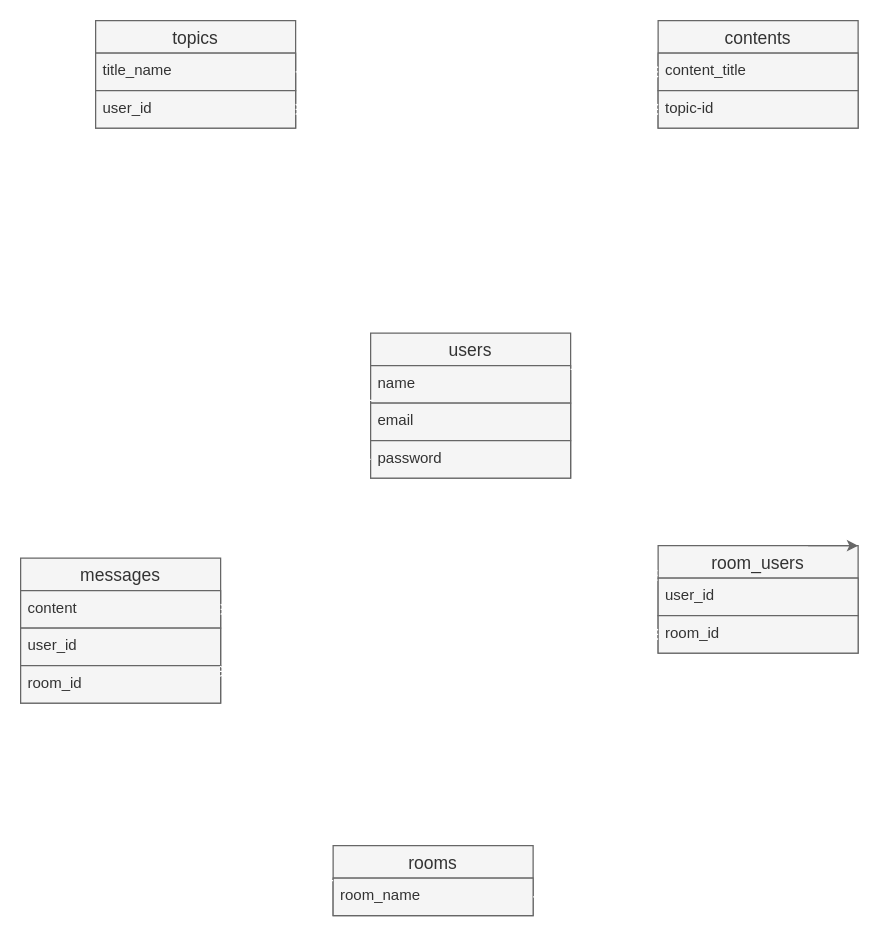
ishsho/contact_n keeps this draw.io diagram as Er.dio. Above is the earlier version. Source tidied: cells renumbered, new cells numbered last; positions are measured from the earlier drawing's top-left corner, leaving out a move shared by most shapes. Both pictures are drawn from the tidied source at 125%, with x=0, y=0 at pixel (20, 20).
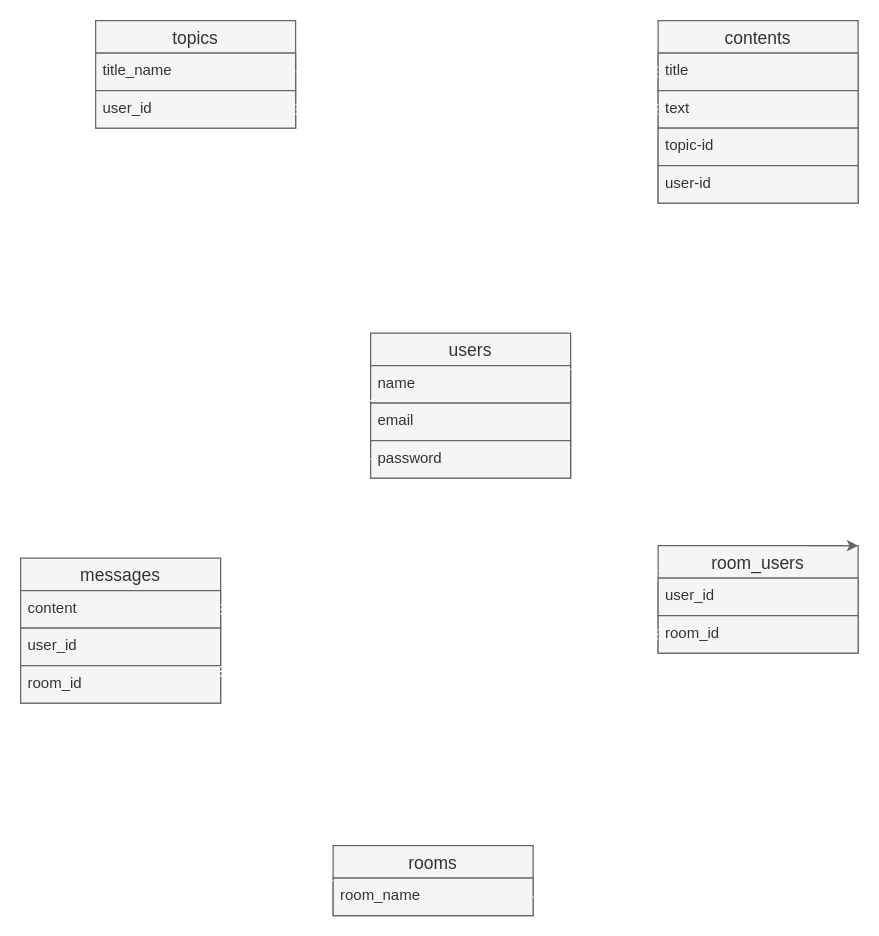
After the change.

Commit message (it also covers changes not shown here):
モデルの作成とUR図の修正

The edit, as a diff of the source:
```diff
@@
     <mxCell id="12" value="contents" style="swimlane;fontStyle=0;horizontal=1;startSize=26;align=center;fontSize=14;fillColor=#f5f5f5;fontColor=#333333;strokeColor=#666666;" parent="1" vertex="1">
-      <mxGeometry x="510" width="160" height="86" as="geometry" />
+      <mxGeometry x="510" width="160" height="146" as="geometry" />
     </mxCell>
-    <mxCell id="13" value="content_title" style="text;strokeColor=#666666;fillColor=#f5f5f5;spacingLeft=4;spacingRight=4;overflow=hidden;points=[[0,0.5],[1,0.5]];portConstraint=eastwest;fontSize=12;fontColor=#333333;" parent="12" vertex="1">
+    <mxCell id="13" value="title" style="text;strokeColor=#666666;fillColor=#f5f5f5;spacingLeft=4;spacingRight=4;overflow=hidden;points=[[0,0.5],[1,0.5]];portConstraint=eastwest;fontSize=12;fontColor=#333333;" parent="12" vertex="1">
       <mxGeometry y="26" width="160" height="30" as="geometry" />
     </mxCell>
-    <mxCell id="14" value="topic-id" style="text;strokeColor=#666666;fillColor=#f5f5f5;spacingLeft=4;spacingRight=4;overflow=hidden;points=[[0,0.5],[1,0.5]];portConstraint=eastwest;fontSize=12;fontColor=#333333;" parent="12" vertex="1">
+    <mxCell id="14" value="text" style="text;strokeColor=#666666;fillColor=#f5f5f5;spacingLeft=4;spacingRight=4;overflow=hidden;points=[[0,0.5],[1,0.5]];portConstraint=eastwest;fontSize=12;fontColor=#333333;" parent="12" vertex="1">
       <mxGeometry y="56" width="160" height="30" as="geometry" />
     </mxCell>
+    <mxCell id="29" value="topic-id" style="text;strokeColor=#666666;fillColor=#f5f5f5;spacingLeft=4;spacingRight=4;overflow=hidden;fontSize=12;fontColor=#333333;" parent="12" vertex="1">
+      <mxGeometry y="86" width="160" height="30" as="geometry" />
+    </mxCell>
+    <mxCell id="30" value="user-id" style="text;strokeColor=#666666;fillColor=#f5f5f5;spacingLeft=4;spacingRight=4;overflow=hidden;fontSize=12;fontColor=#333333;" parent="12" vertex="1">
+      <mxGeometry y="116" width="160" height="30" as="geometry" />
+    </mxCell>
```
